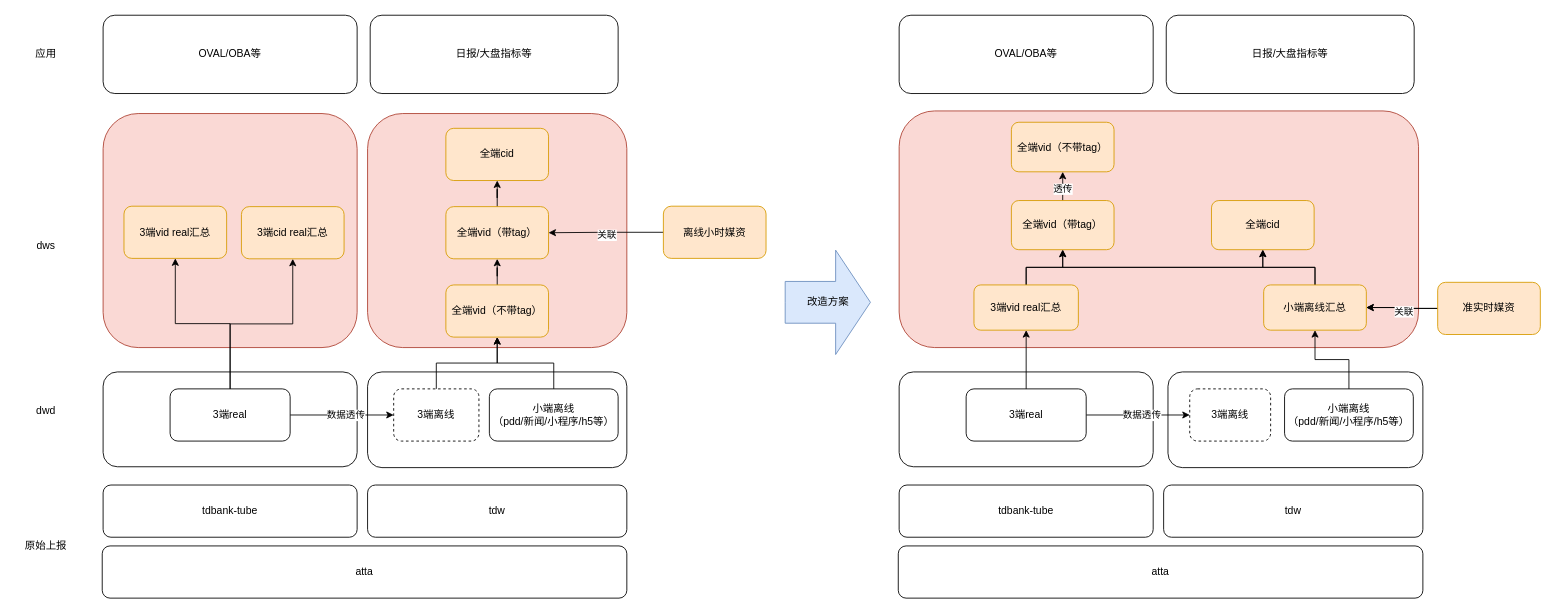
Above: 播放全端dws数据统一.drawio in Arthur-Lanc/drawio (draw.io), before the change. Source tidied: cells renumbered, new cells numbered last; positions are measured from the earlier drawing's top-left corner, leaving out a move shared by most shapes. Both pictures are drawn from the tidied source at 87%, with x=0, y=0 at pixel (15, 15).
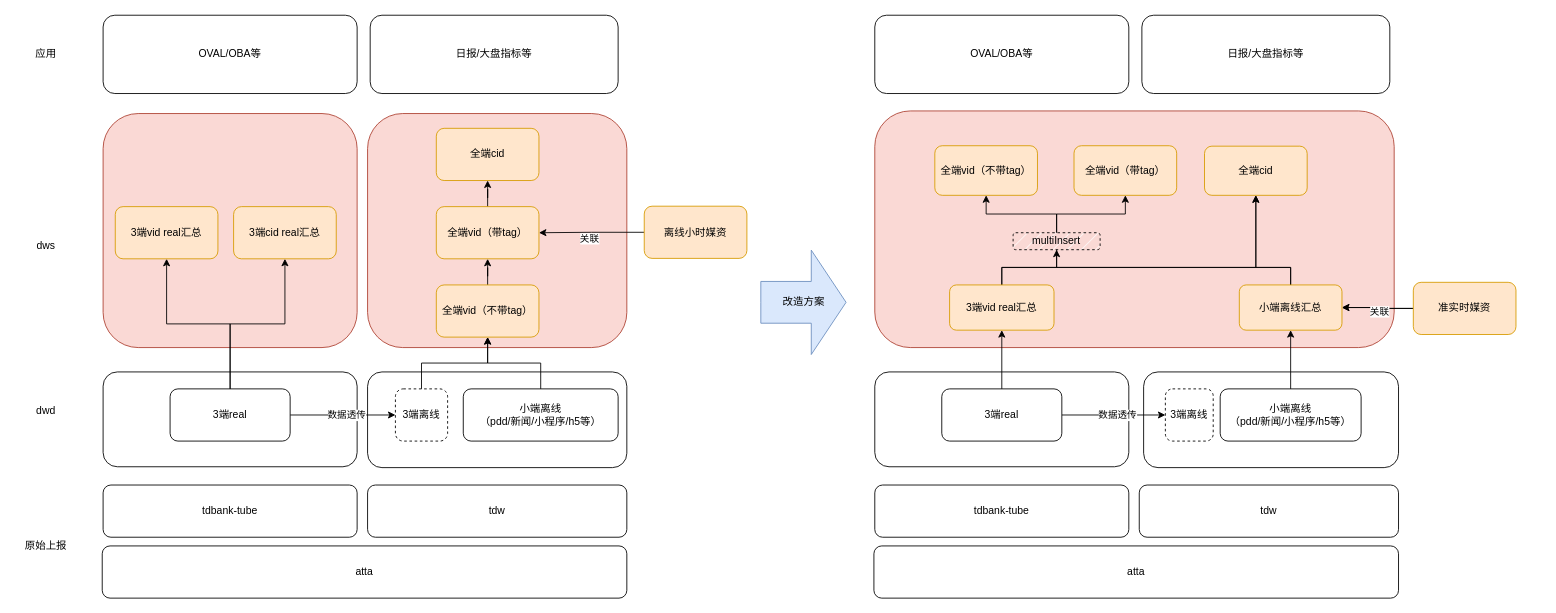
Above is the later version.

Commit message:
更新播放全端dws数据统一.drawio

The edit, as a diff of the source:
```diff
@@
     <mxCell id="17" value="3端vid real汇总" style="rounded=1;whiteSpace=wrap;html=1;fillColor=#ffe6cc;strokeColor=#d79b00;" parent="1" vertex="1">
-      <mxGeometry x="125" y="219.5" width="118" height="60" as="geometry" />
+      <mxGeometry x="115" y="220" width="118" height="60" as="geometry" />
     </mxCell>
     <mxCell id="18" value="3端cid real汇总" style="rounded=1;whiteSpace=wrap;html=1;fillColor=#ffe6cc;strokeColor=#d79b00;" parent="1" vertex="1">
-      <mxGeometry x="260" y="220" width="118" height="60" as="geometry" />
+      <mxGeometry x="251" y="220" width="118" height="60" as="geometry" />
     </mxCell>
@@
     <mxCell id="20" value="全端vid（不带tag）" style="rounded=1;whiteSpace=wrap;html=1;fillColor=#ffe6cc;strokeColor=#d79b00;" parent="1" vertex="1">
-      <mxGeometry x="495" y="310" width="118" height="60" as="geometry" />
+      <mxGeometry x="484" y="310" width="118" height="60" as="geometry" />
     </mxCell>
@@
     <mxCell id="22" value="全端vid（带tag）" style="rounded=1;whiteSpace=wrap;html=1;fillColor=#ffe6cc;strokeColor=#d79b00;" parent="1" vertex="1">
-      <mxGeometry x="495" y="220" width="118" height="60" as="geometry" />
+      <mxGeometry x="484" y="220" width="118" height="60" as="geometry" />
     </mxCell>
     <mxCell id="23" value="全端cid" style="rounded=1;whiteSpace=wrap;html=1;fillColor=#ffe6cc;strokeColor=#d79b00;" parent="1" vertex="1">
-      <mxGeometry x="495" y="130" width="118" height="60" as="geometry" />
+      <mxGeometry x="484" y="130" width="118" height="60" as="geometry" />
     </mxCell>
@@
     <mxCell id="26" value="离线小时媒资" style="rounded=1;whiteSpace=wrap;html=1;fillColor=#ffe6cc;strokeColor=#d79b00;" parent="1" vertex="1">
-      <mxGeometry x="745" y="219.5" width="118" height="60" as="geometry" />
+      <mxGeometry x="723" y="219.5" width="118" height="60" as="geometry" />
     </mxCell>
@@
     <mxCell id="30" value="改造方案" style="html=1;shadow=0;dashed=0;align=center;verticalAlign=middle;shape=mxgraph.arrows2.arrow;dy=0.6;dx=40;notch=0;fillColor=#dae8fc;strokeColor=#6c8ebf;" parent="1" vertex="1">
-      <mxGeometry x="885" y="270" width="98" height="120" as="geometry" />
+      <mxGeometry x="857" y="270" width="98" height="120" as="geometry" />
     </mxCell>
@@
     <mxCell id="32" value="小端离线&lt;br&gt;（pdd/新闻/小程序/h5等）" style="rounded=1;whiteSpace=wrap;html=1;" parent="1" vertex="1">
-      <mxGeometry x="545" y="429.5" width="148" height="60" as="geometry" />
+      <mxGeometry x="515" y="429.5" width="178" height="60" as="geometry" />
     </mxCell>
@@
     <mxCell id="34" value="3端离线" style="rounded=1;whiteSpace=wrap;html=1;gradientColor=none;dashed=1;" parent="1" vertex="1">
-      <mxGeometry x="435" y="429.5" width="98" height="60" as="geometry" />
+      <mxGeometry x="437" y="429.5" width="60" height="60" as="geometry" />
     </mxCell>
     <mxCell id="35" style="rounded=1;whiteSpace=wrap;html=1;" parent="1" vertex="1">
-      <mxGeometry x="1016" y="410" width="292" height="109" as="geometry" />
+      <mxGeometry x="988" y="410" width="292" height="109" as="geometry" />
     </mxCell>
     <mxCell id="36" style="rounded=1;whiteSpace=wrap;html=1;" parent="1" vertex="1">
-      <mxGeometry x="1325" y="410" width="293" height="110" as="geometry" />
+      <mxGeometry x="1297" y="410" width="293" height="110" as="geometry" />
     </mxCell>
     <mxCell id="37" style="rounded=1;whiteSpace=wrap;html=1;fillColor=#fad9d5;strokeColor=#ae4132;" parent="1" vertex="1">
-      <mxGeometry x="1016" y="110" width="597" height="272" as="geometry" />
+      <mxGeometry x="988" y="110" width="597" height="272" as="geometry" />
     </mxCell>
     <mxCell id="38" value="atta" style="rounded=1;whiteSpace=wrap;html=1;" parent="1" vertex="1">
-      <mxGeometry x="1015" y="610" width="603" height="60" as="geometry" />
+      <mxGeometry x="987" y="610" width="603" height="60" as="geometry" />
     </mxCell>
     <mxCell id="39" value="tdbank-tube" style="rounded=1;whiteSpace=wrap;html=1;" parent="1" vertex="1">
-      <mxGeometry x="1016" y="540" width="292" height="60" as="geometry" />
+      <mxGeometry x="988" y="540" width="292" height="60" as="geometry" />
     </mxCell>
     <mxCell id="40" value="tdw" style="rounded=1;whiteSpace=wrap;html=1;" parent="1" vertex="1">
-      <mxGeometry x="1320" y="540" width="298" height="60" as="geometry" />
+      <mxGeometry x="1292" y="540" width="298" height="60" as="geometry" />
     </mxCell>
@@
     <mxCell id="44" value="3端real" style="rounded=1;whiteSpace=wrap;html=1;" parent="1" vertex="1">
-      <mxGeometry x="1093" y="429.5" width="138" height="60" as="geometry" />
+      <mxGeometry x="1065" y="429.5" width="138" height="60" as="geometry" />
     </mxCell>
@@
     <mxCell id="46" style="edgeStyle=orthogonalEdgeStyle;rounded=0;jettySize=auto;html=1;exitX=0.5;exitY=0;exitDx=0;exitDy=0;entryX=0.5;entryY=1;entryDx=0;entryDy=0;" parent="1" edge="1" source="47" target="52">
-      <mxGeometry relative="1" as="geometry" />
+      <mxGeometry relative="1" as="geometry">
+        <Array as="points">
+          <mxPoint x="1134" y="290" />
+          <mxPoint x="1426" y="290" />
+        </Array>
+      </mxGeometry>
     </mxCell>
     <mxCell id="47" value="3端vid real汇总" style="rounded=1;whiteSpace=wrap;html=1;fillColor=#ffe6cc;strokeColor=#d79b00;" parent="1" vertex="1">
-      <mxGeometry x="1102" y="310" width="120" height="52" as="geometry" />
+      <mxGeometry x="1074" y="310" width="120" height="52" as="geometry" />
     </mxCell>
     <mxCell id="48" value="全端vid（不带tag）" style="rounded=1;whiteSpace=wrap;html=1;fillColor=#ffe6cc;strokeColor=#d79b00;" parent="1" vertex="1">
-      <mxGeometry x="1145" y="123" width="118" height="57" as="geometry" />
+      <mxGeometry x="1057" y="150" width="118" height="57" as="geometry" />
     </mxCell>
-    <mxCell id="49" style="edgeStyle=orthogonalEdgeStyle;rounded=0;jettySize=auto;html=1;" parent="1" edge="1" source="51" target="48">
+    <mxCell id="49" style="edgeStyle=orthogonalEdgeStyle;rounded=0;jettySize=auto;html=1;exitX=0.5;exitY=0;exitDx=0;exitDy=0;entryX=0.5;entryY=1;entryDx=0;entryDy=0;" parent="1" edge="1" source="51" target="48">
       <mxGeometry relative="1" as="geometry" />
     </mxCell>
-    <mxCell id="50" value="透传" style="edgeLabel;html=1;align=center;verticalAlign=middle;" parent="49" vertex="1">
-      <mxGeometry x="-0.08" y="-1" relative="1" as="geometry">
-        <mxPoint y="4" as="offset" />
-      </mxGeometry>
-    </mxCell>
+    <mxCell id="65" style="edgeStyle=orthogonalEdgeStyle;rounded=0;jettySize=auto;html=1;exitX=0.5;exitY=0;exitDx=0;exitDy=0;entryX=0.5;entryY=1;entryDx=0;entryDy=0;" parent="1" edge="1" source="51" target="66">
+      <mxGeometry relative="1" as="geometry" />
+    </mxCell>
-    <mxCell id="51" value="全端vid（带tag）" style="rounded=1;whiteSpace=wrap;html=1;fillColor=#ffe6cc;strokeColor=#d79b00;" parent="1" vertex="1">
-      <mxGeometry x="1145" y="213" width="118" height="56.5" as="geometry" />
+    <mxCell id="51" value="multiInsert" style="rounded=1;whiteSpace=wrap;html=1;shadow=0;fillStyle=hatch;dashed=1;" parent="1" vertex="1">
+      <mxGeometry x="1147" y="250" width="100" height="19.5" as="geometry" />
     </mxCell>
     <mxCell id="52" value="全端cid" style="rounded=1;whiteSpace=wrap;html=1;fillColor=#ffe6cc;strokeColor=#d79b00;" parent="1" vertex="1">
-      <mxGeometry x="1375" y="213" width="118" height="56.5" as="geometry" />
+      <mxGeometry x="1367" y="150.5" width="118" height="56.5" as="geometry" />
     </mxCell>
@@
     <mxCell id="56" value="准实时媒资" style="rounded=1;whiteSpace=wrap;html=1;fillColor=#ffe6cc;strokeColor=#d79b00;" parent="1" vertex="1">
-      <mxGeometry x="1635" y="307" width="118" height="60" as="geometry" />
+      <mxGeometry x="1607" y="307" width="118" height="60" as="geometry" />
     </mxCell>
     <mxCell id="57" value="OVAL/OBA等" style="rounded=1;whiteSpace=wrap;html=1;" parent="1" vertex="1">
-      <mxGeometry x="1016" width="292" height="90" as="geometry" />
+      <mxGeometry x="988" width="292" height="90" as="geometry" />
     </mxCell>
     <mxCell id="58" value="日报/大盘指标等" style="rounded=1;whiteSpace=wrap;html=1;" parent="1" vertex="1">
-      <mxGeometry x="1323" width="285" height="90" as="geometry" />
+      <mxGeometry x="1295" width="285" height="90" as="geometry" />
     </mxCell>
@@
     <mxCell id="60" value="小端离线&lt;br&gt;（pdd/新闻/小程序/h5等）" style="rounded=1;whiteSpace=wrap;html=1;" parent="1" vertex="1">
-      <mxGeometry x="1459" y="429.5" width="148" height="60" as="geometry" />
+      <mxGeometry x="1385" y="429.5" width="162" height="60" as="geometry" />
     </mxCell>
     <mxCell id="61" value="3端离线" style="rounded=1;whiteSpace=wrap;html=1;gradientColor=none;dashed=1;" parent="1" vertex="1">
-      <mxGeometry x="1350" y="429.5" width="93" height="60" as="geometry" />
+      <mxGeometry x="1322" y="429.5" width="55" height="60" as="geometry" />
     </mxCell>
-    <mxCell id="62" style="edgeStyle=orthogonalEdgeStyle;rounded=0;jettySize=auto;html=1;exitX=0.5;exitY=0;exitDx=0;exitDy=0;entryX=0.5;entryY=1;entryDx=0;entryDy=0;" parent="1" edge="1" source="64" target="51">
+    <mxCell id="62" style="edgeStyle=orthogonalEdgeStyle;rounded=0;jettySize=auto;html=1;exitX=0.5;exitY=0;exitDx=0;exitDy=0;entryX=0.5;entryY=1;entryDx=0;entryDy=0;startArrow=none;startFill=0;endArrow=none;endFill=0;" parent="1" edge="1" source="64" target="51">
       <mxGeometry relative="1" as="geometry" />
     </mxCell>
     <mxCell id="63" style="edgeStyle=orthogonalEdgeStyle;rounded=0;jettySize=auto;html=1;exitX=0.5;exitY=0;exitDx=0;exitDy=0;entryX=0.5;entryY=1;entryDx=0;entryDy=0;" parent="1" edge="1" source="64" target="52">
-      <mxGeometry relative="1" as="geometry" />
+      <mxGeometry relative="1" as="geometry">
+        <Array as="points">
+          <mxPoint x="1466" y="290" />
+          <mxPoint x="1426" y="290" />
+        </Array>
+      </mxGeometry>
     </mxCell>
     <mxCell id="64" value="小端离线汇总" style="rounded=1;whiteSpace=wrap;html=1;fillColor=#ffe6cc;strokeColor=#d79b00;" parent="1" vertex="1">
-      <mxGeometry x="1435" y="310" width="118" height="52" as="geometry" />
+      <mxGeometry x="1407" y="310" width="118" height="52" as="geometry" />
     </mxCell>
+    <mxCell id="66" value="全端vid（带tag）" style="rounded=1;whiteSpace=wrap;html=1;fillColor=#ffe6cc;strokeColor=#d79b00;" parent="1" vertex="1">
+      <mxGeometry x="1217" y="150" width="118" height="57" as="geometry" />
+    </mxCell>
```
